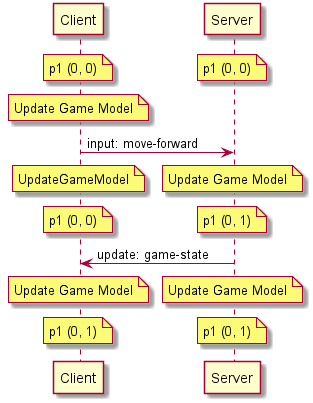
The PlantUML diagram doc/Multiplayer/images/Basic Network - Sequence.png in ProfPorkins/GameTech, before a commit.
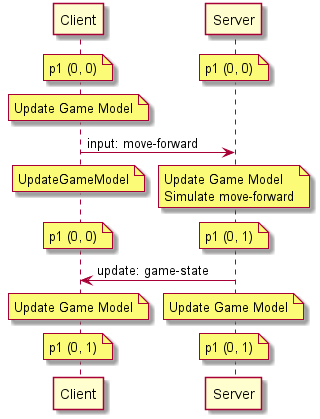
After the commit.

Commit message:
(multiplayer) More work on client prediction and starting into server reconciliation.

Diff of the diagram source:
```diff
@@ -10,7 +10,7 @@
 
 Client -> Server: input: move-forward
 note over Client: UpdateGameModel
-/note over Server: Update Game Model
+/note over Server: Update Game Model\nSimulate move-forward
 
 note over Client: p1 (0, 0)
 / note over Server: p1 (0, 1)
```
